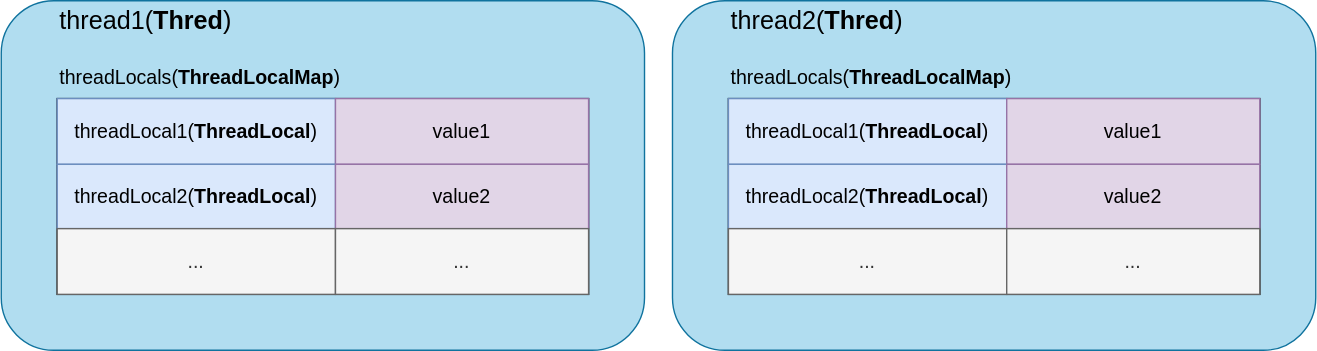
zhanjixun/zhanjixun.github.io keeps this draw.io diagram as assets/drawio/ThreadLocal的原理与实现.svg. Above is the earlier version. Source tidied: cells renumbered, new cells last; positions are measured from the earlier drawing's top-left corner, leaving out a move shared by most shapes. The source it was exported from:
```xml
<mxGraphModel>
  <root>
    <mxCell id="0" />
    <mxCell id="1" parent="0" />
    <mxCell id="2" style="rounded=1;whiteSpace=wrap;html=1;fillColor=#b1ddf0;strokeColor=#10739e;fontSize=14;" parent="1" vertex="1">
      <mxGeometry width="460" height="250" as="geometry" />
    </mxCell>
    <mxCell id="3" style="shadow=0;rounded=0;fontSize=14;" parent="1" vertex="1">
      <mxGeometry x="40" y="70" width="380" height="140" as="geometry" />
    </mxCell>
    <mxCell id="4" style="shape=tableRow;horizontal=0;startSize=0;swimlaneHead=0;swimlaneBody=0;top=0;left=0;bottom=0;right=0;fontStyle=0;fillColor=none;strokeColor=inherit;fontSize=14;" parent="3" vertex="1">
      <mxGeometry width="380" height="47" as="geometry" />
    </mxCell>
    <mxCell id="5" value="threadLocal1(&lt;b&gt;ThreadLocal&lt;/b&gt;)" style="strokeColor=#6c8ebf;fillColor=#dae8fc;align=center;whiteSpace=wrap;html=1;fontSize=14;" parent="4" vertex="1">
      <mxGeometry width="199" height="47" as="geometry" />
    </mxCell>
    <mxCell id="6" value="value1" style="strokeColor=#9673a6;fillColor=#e1d5e7;align=center;whiteSpace=wrap;html=1;fontSize=14;" parent="4" vertex="1">
      <mxGeometry x="199" width="181" height="47" as="geometry" />
    </mxCell>
    <mxCell id="7" style="shape=tableRow;horizontal=0;startSize=0;swimlaneHead=0;swimlaneBody=0;top=0;left=0;bottom=0;right=0;fontStyle=0;fillColor=none;strokeColor=inherit;fontSize=14;" parent="3" vertex="1">
      <mxGeometry y="47" width="380" height="46" as="geometry" />
    </mxCell>
    <mxCell id="8" value="threadLocal2(&lt;b&gt;ThreadLocal&lt;/b&gt;)" style="strokeColor=#6c8ebf;fillColor=#dae8fc;align=center;whiteSpace=wrap;html=1;fontSize=14;" parent="7" vertex="1">
      <mxGeometry width="199" height="46" as="geometry" />
    </mxCell>
    <mxCell id="9" value="value2" style="strokeColor=#9673a6;fillColor=#e1d5e7;align=center;whiteSpace=wrap;html=1;fontSize=14;" parent="7" vertex="1">
      <mxGeometry x="199" width="181" height="46" as="geometry" />
    </mxCell>
    <mxCell id="10" style="shape=tableRow;horizontal=0;startSize=0;swimlaneHead=0;swimlaneBody=0;top=0;left=0;bottom=0;right=0;fontStyle=0;fillColor=none;strokeColor=inherit;fontSize=14;" parent="3" vertex="1">
      <mxGeometry y="93" width="380" height="47" as="geometry" />
    </mxCell>
    <mxCell id="11" value="..." style="strokeColor=#666666;fillColor=#f5f5f5;align=center;whiteSpace=wrap;html=1;fontSize=14;fontColor=#333333;" parent="10" vertex="1">
      <mxGeometry width="199" height="47" as="geometry" />
    </mxCell>
    <mxCell id="12" value="..." style="strokeColor=#666666;fillColor=#f5f5f5;align=center;whiteSpace=wrap;html=1;fontSize=14;fontColor=#333333;" parent="10" vertex="1">
      <mxGeometry x="199" width="181" height="47" as="geometry" />
    </mxCell>
    <mxCell id="13" value="thread1(&lt;b&gt;Thred&lt;/b&gt;)" style="text;html=1;align=left;verticalAlign=middle;whiteSpace=wrap;rounded=0;strokeColor=none;fontSize=18;" parent="1" vertex="1">
      <mxGeometry x="40" width="410" height="30" as="geometry" />
    </mxCell>
    <mxCell id="14" value="threadLocals(&lt;b&gt;ThreadLocalMap&lt;/b&gt;)" style="text;html=1;align=left;verticalAlign=middle;whiteSpace=wrap;rounded=0;fillColor=none;fontSize=14;" parent="1" vertex="1">
      <mxGeometry x="40" y="40" width="379" height="30" as="geometry" />
    </mxCell>
    <mxCell id="15" style="rounded=1;whiteSpace=wrap;html=1;fillColor=#b1ddf0;strokeColor=#10739e;fontSize=14;" parent="1" vertex="1">
      <mxGeometry x="480" width="460" height="250" as="geometry" />
    </mxCell>
    <mxCell id="16" style="shadow=0;rounded=0;fontSize=14;" parent="1" vertex="1">
      <mxGeometry x="520" y="70" width="380" height="140" as="geometry" />
    </mxCell>
    <mxCell id="17" style="shape=tableRow;horizontal=0;startSize=0;swimlaneHead=0;swimlaneBody=0;top=0;left=0;bottom=0;right=0;fontStyle=0;fillColor=none;strokeColor=inherit;fontSize=14;" parent="16" vertex="1">
      <mxGeometry width="380" height="47" as="geometry" />
    </mxCell>
    <mxCell id="18" value="threadLocal1(&lt;b&gt;ThreadLocal&lt;/b&gt;)" style="strokeColor=#6c8ebf;fillColor=#dae8fc;align=center;whiteSpace=wrap;html=1;fontSize=14;" parent="17" vertex="1">
      <mxGeometry width="199" height="47" as="geometry" />
    </mxCell>
    <mxCell id="19" value="value1" style="strokeColor=#9673a6;fillColor=#e1d5e7;align=center;whiteSpace=wrap;html=1;fontSize=14;" parent="17" vertex="1">
      <mxGeometry x="199" width="181" height="47" as="geometry" />
    </mxCell>
    <mxCell id="20" style="shape=tableRow;horizontal=0;startSize=0;swimlaneHead=0;swimlaneBody=0;top=0;left=0;bottom=0;right=0;fontStyle=0;fillColor=none;strokeColor=inherit;fontSize=14;" parent="16" vertex="1">
      <mxGeometry y="47" width="380" height="46" as="geometry" />
    </mxCell>
    <mxCell id="21" value="threadLocal2(&lt;b&gt;ThreadLocal&lt;/b&gt;)" style="strokeColor=#6c8ebf;fillColor=#dae8fc;align=center;whiteSpace=wrap;html=1;fontSize=14;" parent="20" vertex="1">
      <mxGeometry width="199" height="46" as="geometry" />
    </mxCell>
    <mxCell id="22" value="value2" style="strokeColor=#9673a6;fillColor=#e1d5e7;align=center;whiteSpace=wrap;html=1;fontSize=14;" parent="20" vertex="1">
      <mxGeometry x="199" width="181" height="46" as="geometry" />
    </mxCell>
    <mxCell id="23" style="shape=tableRow;horizontal=0;startSize=0;swimlaneHead=0;swimlaneBody=0;top=0;left=0;bottom=0;right=0;fontStyle=0;fillColor=none;strokeColor=inherit;fontSize=14;" parent="16" vertex="1">
      <mxGeometry y="93" width="380" height="47" as="geometry" />
    </mxCell>
    <mxCell id="24" value="..." style="strokeColor=#666666;fillColor=#f5f5f5;align=center;whiteSpace=wrap;html=1;fontSize=14;fontColor=#333333;" parent="23" vertex="1">
      <mxGeometry width="199" height="47" as="geometry" />
    </mxCell>
    <mxCell id="25" value="..." style="strokeColor=#666666;fillColor=#f5f5f5;align=center;whiteSpace=wrap;html=1;fontSize=14;fontColor=#333333;" parent="23" vertex="1">
      <mxGeometry x="199" width="181" height="47" as="geometry" />
    </mxCell>
    <mxCell id="26" value="thread2(&lt;b&gt;Thred&lt;/b&gt;)" style="text;html=1;align=left;verticalAlign=middle;whiteSpace=wrap;rounded=0;strokeColor=none;fontSize=18;" parent="1" vertex="1">
      <mxGeometry x="520" width="410" height="30" as="geometry" />
    </mxCell>
    <mxCell id="27" value="threadLocals(&lt;b&gt;ThreadLocalMap&lt;/b&gt;)" style="text;html=1;align=left;verticalAlign=middle;whiteSpace=wrap;rounded=0;fillColor=none;fontSize=14;" parent="1" vertex="1">
      <mxGeometry x="520" y="40" width="379" height="30" as="geometry" />
    </mxCell>
  </root>
</mxGraphModel>
```
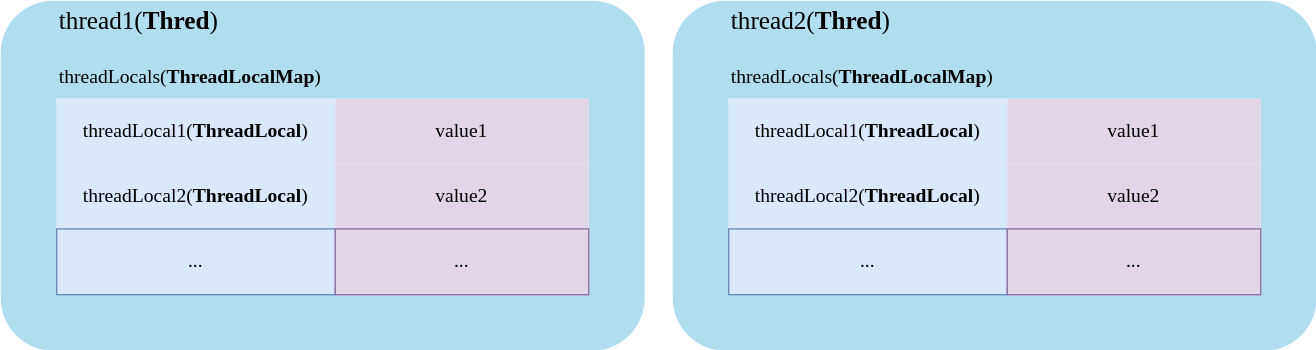
After the commit.

What changed in the source:
```diff
@@ -2,82 +2,82 @@
   <root>
     <mxCell id="0" />
     <mxCell id="1" parent="0" />
-    <mxCell id="2" style="rounded=1;whiteSpace=wrap;html=1;fillColor=#b1ddf0;strokeColor=#10739e;fontSize=14;" parent="1" vertex="1">
+    <mxCell id="2" style="rounded=1;whiteSpace=wrap;html=1;fillColor=#b1ddf0;strokeColor=none;fontSize=14;fontFamily=Tahoma;" parent="1" vertex="1">
       <mxGeometry width="460" height="250" as="geometry" />
     </mxCell>
-    <mxCell id="3" style="shadow=0;rounded=0;fontSize=14;" parent="1" vertex="1">
+    <mxCell id="3" style="shadow=0;rounded=0;fontSize=14;strokeColor=none;fontFamily=Tahoma;" parent="1" vertex="1">
       <mxGeometry x="40" y="70" width="380" height="140" as="geometry" />
     </mxCell>
-    <mxCell id="4" style="shape=tableRow;horizontal=0;startSize=0;swimlaneHead=0;swimlaneBody=0;top=0;left=0;bottom=0;right=0;fontStyle=0;fillColor=none;strokeColor=inherit;fontSize=14;" parent="3" vertex="1">
+    <mxCell id="4" style="shape=tableRow;horizontal=0;startSize=0;swimlaneHead=0;swimlaneBody=0;top=0;left=0;bottom=0;right=0;fontStyle=0;fillColor=none;strokeColor=inherit;fontSize=14;fontFamily=Tahoma;" parent="3" vertex="1">
       <mxGeometry width="380" height="47" as="geometry" />
     </mxCell>
-    <mxCell id="5" value="threadLocal1(&lt;b&gt;ThreadLocal&lt;/b&gt;)" style="strokeColor=#6c8ebf;fillColor=#dae8fc;align=center;whiteSpace=wrap;html=1;fontSize=14;" parent="4" vertex="1">
+    <mxCell id="5" value="threadLocal1(&lt;b&gt;ThreadLocal&lt;/b&gt;)" style="strokeColor=inherit;fillColor=#dae8fc;align=center;whiteSpace=wrap;html=1;fontSize=14;fontFamily=Tahoma;" parent="4" vertex="1">
       <mxGeometry width="199" height="47" as="geometry" />
     </mxCell>
-    <mxCell id="6" value="value1" style="strokeColor=#9673a6;fillColor=#e1d5e7;align=center;whiteSpace=wrap;html=1;fontSize=14;" parent="4" vertex="1">
+    <mxCell id="6" value="value1" style="strokeColor=inherit;fillColor=#e1d5e7;align=center;whiteSpace=wrap;html=1;fontSize=14;fontFamily=Tahoma;" parent="4" vertex="1">
       <mxGeometry x="199" width="181" height="47" as="geometry" />
     </mxCell>
-    <mxCell id="7" style="shape=tableRow;horizontal=0;startSize=0;swimlaneHead=0;swimlaneBody=0;top=0;left=0;bottom=0;right=0;fontStyle=0;fillColor=none;strokeColor=inherit;fontSize=14;" parent="3" vertex="1">
+    <mxCell id="7" style="shape=tableRow;horizontal=0;startSize=0;swimlaneHead=0;swimlaneBody=0;top=0;left=0;bottom=0;right=0;fontStyle=0;fillColor=none;strokeColor=inherit;fontSize=14;fontFamily=Tahoma;" parent="3" vertex="1">
       <mxGeometry y="47" width="380" height="46" as="geometry" />
     </mxCell>
-    <mxCell id="8" value="threadLocal2(&lt;b&gt;ThreadLocal&lt;/b&gt;)" style="strokeColor=#6c8ebf;fillColor=#dae8fc;align=center;whiteSpace=wrap;html=1;fontSize=14;" parent="7" vertex="1">
+    <mxCell id="8" value="threadLocal2(&lt;b&gt;ThreadLocal&lt;/b&gt;)" style="strokeColor=inherit;fillColor=#dae8fc;align=center;whiteSpace=wrap;html=1;fontSize=14;fontFamily=Tahoma;" parent="7" vertex="1">
       <mxGeometry width="199" height="46" as="geometry" />
     </mxCell>
-    <mxCell id="9" value="value2" style="strokeColor=#9673a6;fillColor=#e1d5e7;align=center;whiteSpace=wrap;html=1;fontSize=14;" parent="7" vertex="1">
+    <mxCell id="9" value="value2" style="strokeColor=inherit;fillColor=#e1d5e7;align=center;whiteSpace=wrap;html=1;fontSize=14;fontFamily=Tahoma;" parent="7" vertex="1">
       <mxGeometry x="199" width="181" height="46" as="geometry" />
     </mxCell>
-    <mxCell id="10" style="shape=tableRow;horizontal=0;startSize=0;swimlaneHead=0;swimlaneBody=0;top=0;left=0;bottom=0;right=0;fontStyle=0;fillColor=none;strokeColor=inherit;fontSize=14;" parent="3" vertex="1">
+    <mxCell id="10" style="shape=tableRow;horizontal=0;startSize=0;swimlaneHead=0;swimlaneBody=0;top=0;left=0;bottom=0;right=0;fontStyle=0;fillColor=none;strokeColor=inherit;fontSize=14;fontFamily=Tahoma;" parent="3" vertex="1">
       <mxGeometry y="93" width="380" height="47" as="geometry" />
     </mxCell>
-    <mxCell id="11" value="..." style="strokeColor=#666666;fillColor=#f5f5f5;align=center;whiteSpace=wrap;html=1;fontSize=14;fontColor=#333333;" parent="10" vertex="1">
+    <mxCell id="11" value="..." style="strokeColor=#6c8ebf;fillColor=#dae8fc;align=center;whiteSpace=wrap;html=1;fontSize=14;fontFamily=Tahoma;" parent="10" vertex="1">
       <mxGeometry width="199" height="47" as="geometry" />
     </mxCell>
-    <mxCell id="12" value="..." style="strokeColor=#666666;fillColor=#f5f5f5;align=center;whiteSpace=wrap;html=1;fontSize=14;fontColor=#333333;" parent="10" vertex="1">
+    <mxCell id="12" value="..." style="strokeColor=#9673a6;fillColor=#e1d5e7;align=center;whiteSpace=wrap;html=1;fontSize=14;fontFamily=Tahoma;" parent="10" vertex="1">
       <mxGeometry x="199" width="181" height="47" as="geometry" />
     </mxCell>
-    <mxCell id="13" value="thread1(&lt;b&gt;Thred&lt;/b&gt;)" style="text;html=1;align=left;verticalAlign=middle;whiteSpace=wrap;rounded=0;strokeColor=none;fontSize=18;" parent="1" vertex="1">
+    <mxCell id="13" value="thread1(&lt;b&gt;Thred&lt;/b&gt;)" style="text;html=1;align=left;verticalAlign=middle;whiteSpace=wrap;rounded=0;strokeColor=none;fontSize=18;fontFamily=Tahoma;" parent="1" vertex="1">
       <mxGeometry x="40" width="410" height="30" as="geometry" />
     </mxCell>
-    <mxCell id="14" value="threadLocals(&lt;b&gt;ThreadLocalMap&lt;/b&gt;)" style="text;html=1;align=left;verticalAlign=middle;whiteSpace=wrap;rounded=0;fillColor=none;fontSize=14;" parent="1" vertex="1">
+    <mxCell id="14" value="threadLocals(&lt;b&gt;ThreadLocalMap&lt;/b&gt;)" style="text;html=1;align=left;verticalAlign=middle;whiteSpace=wrap;rounded=0;fillColor=none;fontSize=14;strokeColor=none;fontFamily=Tahoma;" parent="1" vertex="1">
       <mxGeometry x="40" y="40" width="379" height="30" as="geometry" />
     </mxCell>
-    <mxCell id="15" style="rounded=1;whiteSpace=wrap;html=1;fillColor=#b1ddf0;strokeColor=#10739e;fontSize=14;" parent="1" vertex="1">
+    <mxCell id="15" style="rounded=1;whiteSpace=wrap;html=1;fillColor=#b1ddf0;strokeColor=none;fontSize=14;fontFamily=Tahoma;" parent="1" vertex="1">
       <mxGeometry x="480" width="460" height="250" as="geometry" />
     </mxCell>
-    <mxCell id="16" style="shadow=0;rounded=0;fontSize=14;" parent="1" vertex="1">
+    <mxCell id="16" style="shadow=0;rounded=0;fontSize=14;strokeColor=none;fontFamily=Tahoma;" parent="1" vertex="1">
       <mxGeometry x="520" y="70" width="380" height="140" as="geometry" />
     </mxCell>
-    <mxCell id="17" style="shape=tableRow;horizontal=0;startSize=0;swimlaneHead=0;swimlaneBody=0;top=0;left=0;bottom=0;right=0;fontStyle=0;fillColor=none;strokeColor=inherit;fontSize=14;" parent="16" vertex="1">
+    <mxCell id="17" style="shape=tableRow;horizontal=0;startSize=0;swimlaneHead=0;swimlaneBody=0;top=0;left=0;bottom=0;right=0;fontStyle=0;fillColor=none;strokeColor=inherit;fontSize=14;fontFamily=Tahoma;" parent="16" vertex="1">
       <mxGeometry width="380" height="47" as="geometry" />
     </mxCell>
-    <mxCell id="18" value="threadLocal1(&lt;b&gt;ThreadLocal&lt;/b&gt;)" style="strokeColor=#6c8ebf;fillColor=#dae8fc;align=center;whiteSpace=wrap;html=1;fontSize=14;" parent="17" vertex="1">
+    <mxCell id="18" value="threadLocal1(&lt;b&gt;ThreadLocal&lt;/b&gt;)" style="strokeColor=inherit;fillColor=#dae8fc;align=center;whiteSpace=wrap;html=1;fontSize=14;fontFamily=Tahoma;" parent="17" vertex="1">
       <mxGeometry width="199" height="47" as="geometry" />
     </mxCell>
-    <mxCell id="19" value="value1" style="strokeColor=#9673a6;fillColor=#e1d5e7;align=center;whiteSpace=wrap;html=1;fontSize=14;" parent="17" vertex="1">
+    <mxCell id="19" value="value1" style="strokeColor=inherit;fillColor=#e1d5e7;align=center;whiteSpace=wrap;html=1;fontSize=14;fontFamily=Tahoma;" parent="17" vertex="1">
       <mxGeometry x="199" width="181" height="47" as="geometry" />
     </mxCell>
-    <mxCell id="20" style="shape=tableRow;horizontal=0;startSize=0;swimlaneHead=0;swimlaneBody=0;top=0;left=0;bottom=0;right=0;fontStyle=0;fillColor=none;strokeColor=inherit;fontSize=14;" parent="16" vertex="1">
+    <mxCell id="20" style="shape=tableRow;horizontal=0;startSize=0;swimlaneHead=0;swimlaneBody=0;top=0;left=0;bottom=0;right=0;fontStyle=0;fillColor=none;strokeColor=inherit;fontSize=14;fontFamily=Tahoma;" parent="16" vertex="1">
       <mxGeometry y="47" width="380" height="46" as="geometry" />
     </mxCell>
-    <mxCell id="21" value="threadLocal2(&lt;b&gt;ThreadLocal&lt;/b&gt;)" style="strokeColor=#6c8ebf;fillColor=#dae8fc;align=center;whiteSpace=wrap;html=1;fontSize=14;" parent="20" vertex="1">
+    <mxCell id="21" value="threadLocal2(&lt;b&gt;ThreadLocal&lt;/b&gt;)" style="strokeColor=inherit;fillColor=#dae8fc;align=center;whiteSpace=wrap;html=1;fontSize=14;fontFamily=Tahoma;" parent="20" vertex="1">
       <mxGeometry width="199" height="46" as="geometry" />
     </mxCell>
-    <mxCell id="22" value="value2" style="strokeColor=#9673a6;fillColor=#e1d5e7;align=center;whiteSpace=wrap;html=1;fontSize=14;" parent="20" vertex="1">
+    <mxCell id="22" value="value2" style="strokeColor=inherit;fillColor=#e1d5e7;align=center;whiteSpace=wrap;html=1;fontSize=14;fontFamily=Tahoma;" parent="20" vertex="1">
       <mxGeometry x="199" width="181" height="46" as="geometry" />
     </mxCell>
-    <mxCell id="23" style="shape=tableRow;horizontal=0;startSize=0;swimlaneHead=0;swimlaneBody=0;top=0;left=0;bottom=0;right=0;fontStyle=0;fillColor=none;strokeColor=inherit;fontSize=14;" parent="16" vertex="1">
+    <mxCell id="23" style="shape=tableRow;horizontal=0;startSize=0;swimlaneHead=0;swimlaneBody=0;top=0;left=0;bottom=0;right=0;fontStyle=0;fillColor=none;strokeColor=inherit;fontSize=14;fontFamily=Tahoma;" parent="16" vertex="1">
       <mxGeometry y="93" width="380" height="47" as="geometry" />
     </mxCell>
-    <mxCell id="24" value="..." style="strokeColor=#666666;fillColor=#f5f5f5;align=center;whiteSpace=wrap;html=1;fontSize=14;fontColor=#333333;" parent="23" vertex="1">
+    <mxCell id="24" value="..." style="strokeColor=#6c8ebf;fillColor=#dae8fc;align=center;whiteSpace=wrap;html=1;fontSize=14;fontFamily=Tahoma;" parent="23" vertex="1">
       <mxGeometry width="199" height="47" as="geometry" />
     </mxCell>
-    <mxCell id="25" value="..." style="strokeColor=#666666;fillColor=#f5f5f5;align=center;whiteSpace=wrap;html=1;fontSize=14;fontColor=#333333;" parent="23" vertex="1">
+    <mxCell id="25" value="..." style="strokeColor=#9673a6;fillColor=#e1d5e7;align=center;whiteSpace=wrap;html=1;fontSize=14;fontFamily=Tahoma;" parent="23" vertex="1">
       <mxGeometry x="199" width="181" height="47" as="geometry" />
     </mxCell>
-    <mxCell id="26" value="thread2(&lt;b&gt;Thred&lt;/b&gt;)" style="text;html=1;align=left;verticalAlign=middle;whiteSpace=wrap;rounded=0;strokeColor=none;fontSize=18;" parent="1" vertex="1">
+    <mxCell id="26" value="thread2(&lt;b&gt;Thred&lt;/b&gt;)" style="text;html=1;align=left;verticalAlign=middle;whiteSpace=wrap;rounded=0;strokeColor=none;fontSize=18;fontFamily=Tahoma;" parent="1" vertex="1">
       <mxGeometry x="520" width="410" height="30" as="geometry" />
     </mxCell>
-    <mxCell id="27" value="threadLocals(&lt;b&gt;ThreadLocalMap&lt;/b&gt;)" style="text;html=1;align=left;verticalAlign=middle;whiteSpace=wrap;rounded=0;fillColor=none;fontSize=14;" parent="1" vertex="1">
+    <mxCell id="27" value="threadLocals(&lt;b&gt;ThreadLocalMap&lt;/b&gt;)" style="text;html=1;align=left;verticalAlign=middle;whiteSpace=wrap;rounded=0;fillColor=none;fontSize=14;strokeColor=none;fontFamily=Tahoma;" parent="1" vertex="1">
       <mxGeometry x="520" y="40" width="379" height="30" as="geometry" />
     </mxCell>
   </root>
```
